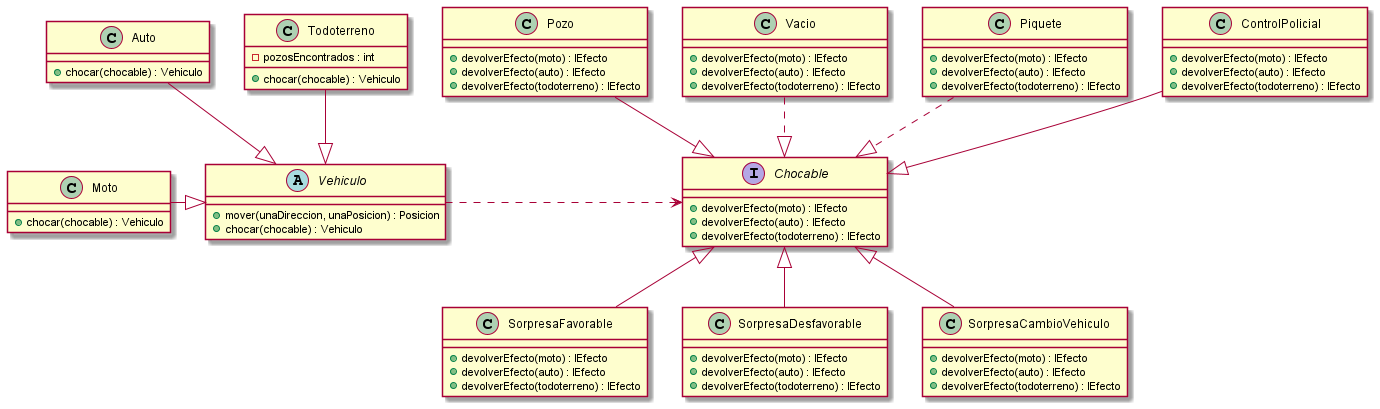
The PlantUML diagram diagrams/classes/diagrama_interfaces.png in NestorPala/T17-GPSChallenge, before a commit.
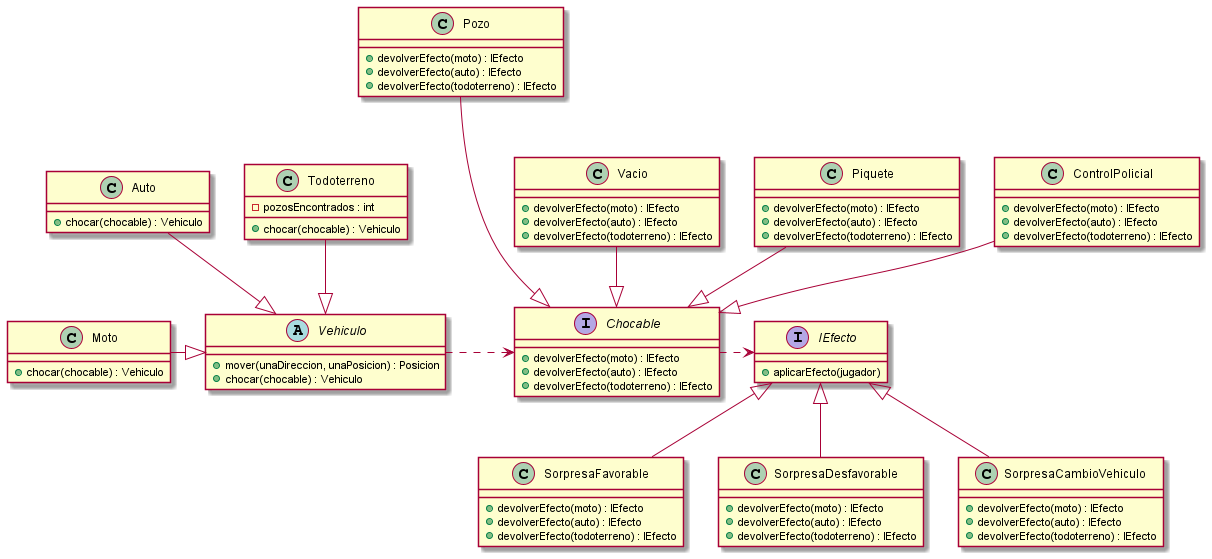
After the commit.

Commit message:
cambios en el diagrama de interfaces 3

The edit, as a diff of the source:
```diff
@@ -69,18 +69,26 @@
 
 
 
-Pozo --|> Chocable
+interface IEfecto {
+    + aplicarEfecto(jugador)
+}
+
+
+Pozo ---|> Chocable
 ControlPolicial --|> Chocable
-Piquete ..|> Chocable
-Vacio ..|> Chocable
+Piquete --|> Chocable
+Vacio --|> Chocable
 
-Chocable <|-- SorpresaFavorable
-Chocable <|-- SorpresaDesfavorable
-Chocable <|-- SorpresaCambioVehiculo
+IEfecto <|-- SorpresaFavorable
+IEfecto <|-- SorpresaDesfavorable
+IEfecto <|-- SorpresaCambioVehiculo
 
 Vehiculo .> Chocable
 
 Todoterreno --|> Vehiculo
 Auto --|> Vehiculo
 Moto -|> Vehiculo
+
+Chocable .> IEfecto
+
 @enduml
```
